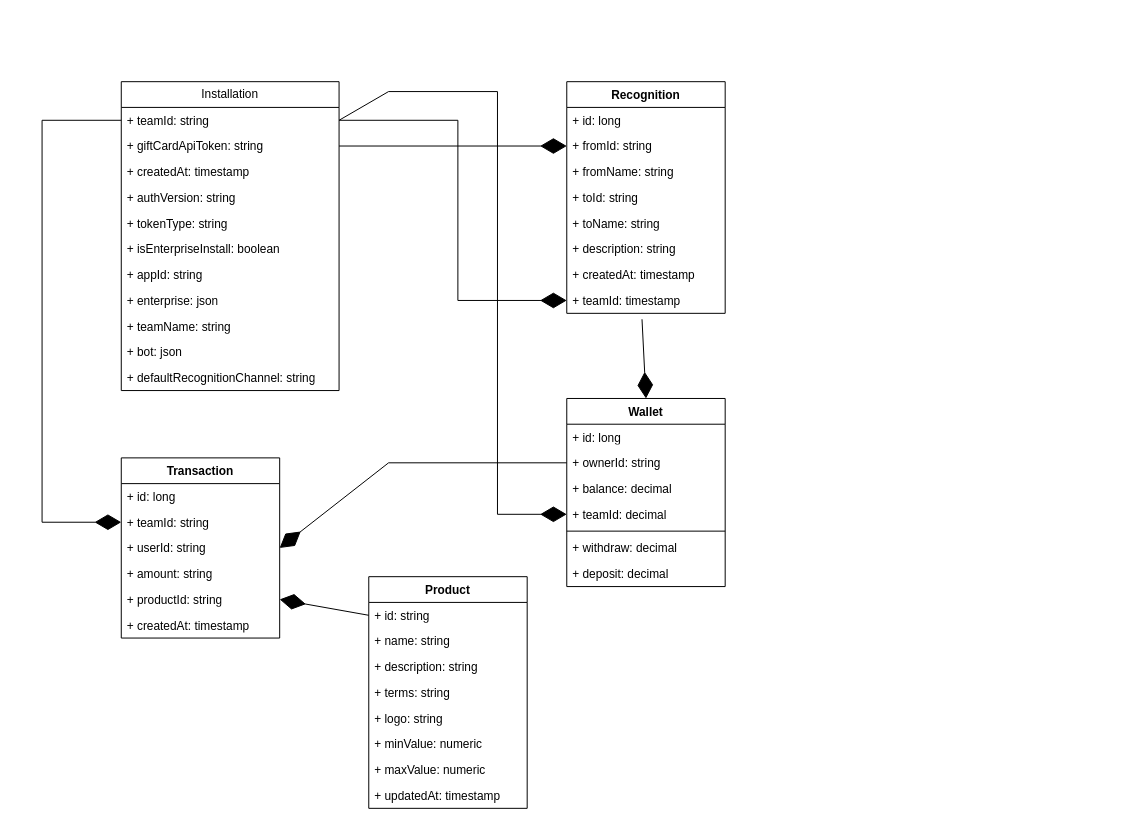
jaya/kudos-jaya keeps this draw.io diagram as page "Classes" (1 of 2) of kudos-jaya.drawio. Above is the earlier version. Source tidied: cells renumbered, new cells numbered last; positions are measured from the earlier drawing's top-left corner, leaving out a move shared by most shapes. Both pictures are drawn from the tidied source at 99%, with x=0, y=0 at pixel (42, 81).
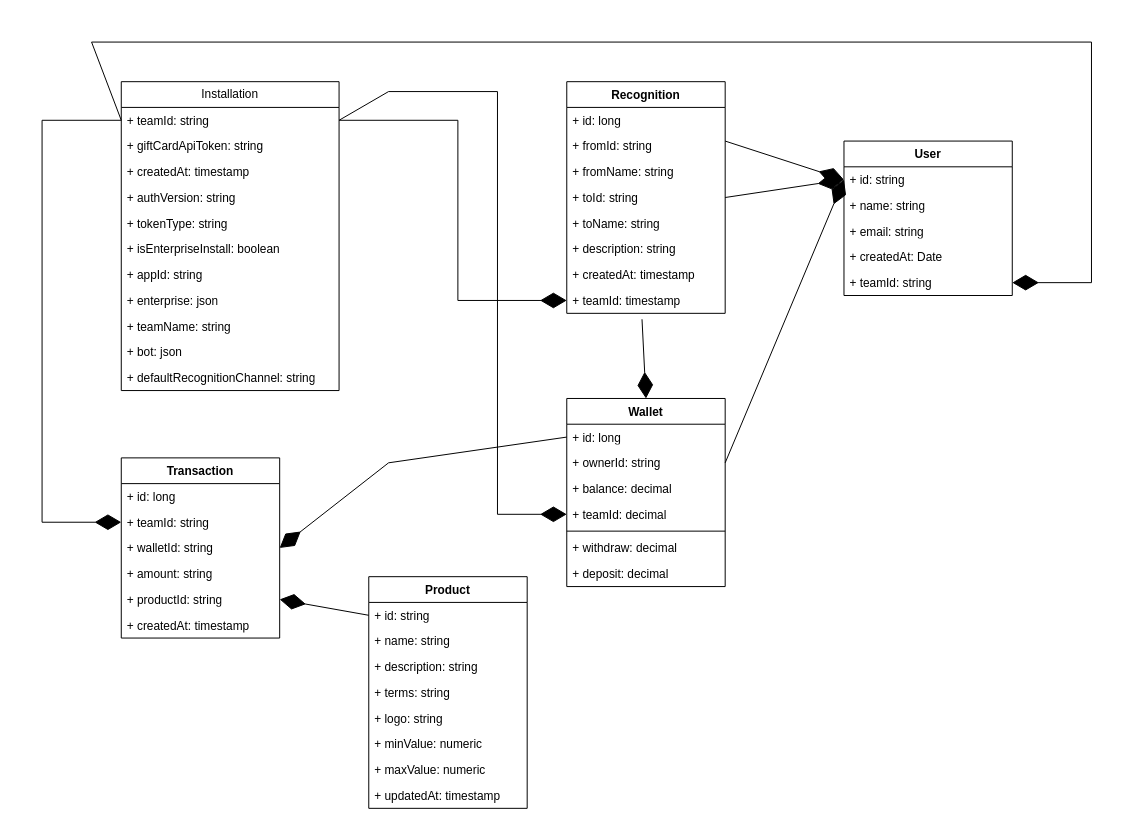
Above is the later version.

The change refers to these unchanged cells:
```xml
<mxCell id="3" value="+ teamId: string" style="text;strokeColor=none;fillColor=none;align=left;verticalAlign=top;spacingLeft=4;spacingRight=4;overflow=hidden;points=[[0,0.5],[1,0.5]];portConstraint=eastwest;whiteSpace=wrap;html=1;" parent="2" vertex="1">
  <mxGeometry y="26" width="220" height="26" as="geometry" />
</mxCell>
<mxCell id="4" value="+ giftCardApiToken: string" style="text;strokeColor=none;fillColor=none;align=left;verticalAlign=top;spacingLeft=4;spacingRight=4;overflow=hidden;points=[[0,0.5],[1,0.5]];portConstraint=eastwest;whiteSpace=wrap;html=1;" parent="2" vertex="1">
  <mxGeometry y="52" width="220" height="26" as="geometry" />
</mxCell>
<mxCell id="16" value="+ fromId: string" style="text;strokeColor=none;fillColor=none;align=left;verticalAlign=top;spacingLeft=4;spacingRight=4;overflow=hidden;points=[[0,0.5],[1,0.5]];portConstraint=eastwest;whiteSpace=wrap;html=1;" parent="14" vertex="1">
  <mxGeometry y="52" width="160" height="26" as="geometry" />
</mxCell>
<mxCell id="18" value="+ toId: string" style="text;strokeColor=none;fillColor=none;align=left;verticalAlign=top;spacingLeft=4;spacingRight=4;overflow=hidden;points=[[0,0.5],[1,0.5]];portConstraint=eastwest;whiteSpace=wrap;html=1;" parent="14" vertex="1">
  <mxGeometry y="104" width="160" height="26" as="geometry" />
</mxCell>
<mxCell id="25" value="+ id: long" style="text;strokeColor=none;fillColor=none;align=left;verticalAlign=top;spacingLeft=4;spacingRight=4;overflow=hidden;points=[[0,0.5],[1,0.5]];portConstraint=eastwest;whiteSpace=wrap;html=1;" parent="24" vertex="1">
  <mxGeometry y="26" width="160" height="26" as="geometry" />
</mxCell>
<mxCell id="26" value="+ ownerId: string" style="text;strokeColor=none;fillColor=none;align=left;verticalAlign=top;spacingLeft=4;spacingRight=4;overflow=hidden;points=[[0,0.5],[1,0.5]];portConstraint=eastwest;whiteSpace=wrap;html=1;" parent="24" vertex="1">
  <mxGeometry y="52" width="160" height="26" as="geometry" />
</mxCell>
<mxCell id="42" value="Transaction" style="swimlane;fontStyle=1;align=center;verticalAlign=top;horizontal=1;startSize=26;whiteSpace=wrap;html=1;" parent="1" vertex="1">
  <mxGeometry x="80" y="380" width="160" height="182" as="geometry" />
</mxCell>
```

What changed in the source:
```diff
@@
-    <mxCell id="23" style="endArrow=diamondThin;endFill=1;endSize=24;html=1;rounded=0;exitX=1;exitY=0.5;exitDx=0;exitDy=0;entryX=0;entryY=0.5;entryDx=0;entryDy=0;" parent="1" edge="1" source="4" target="16">
-      <mxGeometry relative="1" as="geometry" />
-    </mxCell>
@@
-    <mxCell id="45" value="+ userId: string" style="text;strokeColor=none;fillColor=none;align=left;verticalAlign=top;spacingLeft=4;spacingRight=4;overflow=hidden;points=[[0,0.5],[1,0.5]];portConstraint=eastwest;whiteSpace=wrap;html=1;" parent="42" vertex="1">
+    <mxCell id="45" value="+ walletId: string" style="text;strokeColor=none;fillColor=none;align=left;verticalAlign=top;spacingLeft=4;spacingRight=4;overflow=hidden;points=[[0,0.5],[1,0.5]];portConstraint=eastwest;whiteSpace=wrap;html=1;" parent="42" vertex="1">
       <mxGeometry y="78" width="160" height="26" as="geometry" />
     </mxCell>
@@
-    <mxCell id="50" style="endArrow=diamondThin;endFill=1;endSize=24;html=1;rounded=0;entryX=1;entryY=0.5;entryDx=0;entryDy=0;" parent="1" edge="1" source="26" target="45">
+    <mxCell id="50" style="endArrow=diamondThin;endFill=1;endSize=24;html=1;rounded=0;entryX=1;entryY=0.5;entryDx=0;entryDy=0;exitX=0;exitY=0.5;exitDx=0;exitDy=0;" parent="1" edge="1" source="25" target="45">
       <mxGeometry relative="1" as="geometry">
         <Array as="points">
           <mxPoint x="350" y="385" />
         </Array>
       </mxGeometry>
     </mxCell>
@@
+    <mxCell id="54" value="User" style="swimlane;fontStyle=1;align=center;verticalAlign=top;horizontal=1;startSize=26;whiteSpace=wrap;html=1;" parent="1" vertex="1">
+      <mxGeometry x="810" y="60" width="170" height="156" as="geometry" />
+    </mxCell>
+    <mxCell id="55" value="+ id: string" style="text;strokeColor=none;fillColor=none;align=left;verticalAlign=top;spacingLeft=4;spacingRight=4;overflow=hidden;points=[[0,0.5],[1,0.5]];portConstraint=eastwest;whiteSpace=wrap;html=1;" parent="54" vertex="1">
+      <mxGeometry y="26" width="170" height="26" as="geometry" />
+    </mxCell>
+    <mxCell id="56" value="+ name: string" style="text;strokeColor=none;fillColor=none;align=left;verticalAlign=top;spacingLeft=4;spacingRight=4;overflow=hidden;whiteSpace=wrap;html=1;" parent="54" vertex="1">
+      <mxGeometry y="52" width="170" height="26" as="geometry" />
+    </mxCell>
+    <mxCell id="57" value="+ email: string" style="text;strokeColor=none;fillColor=none;align=left;verticalAlign=top;spacingLeft=4;spacingRight=4;overflow=hidden;whiteSpace=wrap;html=1;" parent="54" vertex="1">
+      <mxGeometry y="78" width="170" height="26" as="geometry" />
+    </mxCell>
+    <mxCell id="58" value="+ createdAt: Date" style="text;strokeColor=none;fillColor=none;align=left;verticalAlign=top;spacingLeft=4;spacingRight=4;overflow=hidden;whiteSpace=wrap;html=1;" parent="54" vertex="1">
+      <mxGeometry y="104" width="170" height="26" as="geometry" />
+    </mxCell>
+    <mxCell id="59" value="+ teamId: string" style="text;strokeColor=none;fillColor=none;align=left;verticalAlign=top;spacingLeft=4;spacingRight=4;overflow=hidden;points=[[0,0.5],[1,0.5]];portConstraint=eastwest;whiteSpace=wrap;html=1;" parent="54" vertex="1">
+      <mxGeometry y="130" width="170" height="26" as="geometry" />
+    </mxCell>
+    <mxCell id="60" style="endArrow=diamondThin;endFill=1;endSize=24;html=1;rounded=0;exitX=1;exitY=0.5;exitDx=0;exitDy=0;entryX=0;entryY=0.5;entryDx=0;entryDy=0;" parent="1" edge="1" target="55">
+      <mxGeometry relative="1" as="geometry">
+        <mxPoint x="690" y="60" as="sourcePoint" />
+      </mxGeometry>
+    </mxCell>
+    <mxCell id="61" style="endArrow=diamondThin;endFill=1;endSize=24;html=1;rounded=0;exitX=1;exitY=0.5;exitDx=0;exitDy=0;entryX=0;entryY=0.5;entryDx=0;entryDy=0;" parent="1" edge="1" source="18" target="55">
+      <mxGeometry relative="1" as="geometry" />
+    </mxCell>
+    <mxCell id="62" style="endArrow=diamondThin;endFill=1;endSize=24;html=1;rounded=0;exitX=1;exitY=0.5;exitDx=0;exitDy=0;entryX=0;entryY=0.5;entryDx=0;entryDy=0;" parent="1" edge="1" source="26" target="55">
+      <mxGeometry relative="1" as="geometry" />
+    </mxCell>
+    <mxCell id="63" style="endArrow=diamondThin;endFill=1;endSize=24;html=1;rounded=0;entryX=1;entryY=0.5;entryDx=0;entryDy=0;exitX=0;exitY=0.5;exitDx=0;exitDy=0;" parent="1" edge="1" source="3" target="59">
+      <mxGeometry relative="1" as="geometry">
+        <Array as="points">
+          <mxPoint x="50" y="-40" />
+          <mxPoint x="1060" y="-40" />
+          <mxPoint x="1060" y="203" />
+        </Array>
+      </mxGeometry>
+    </mxCell>
```
